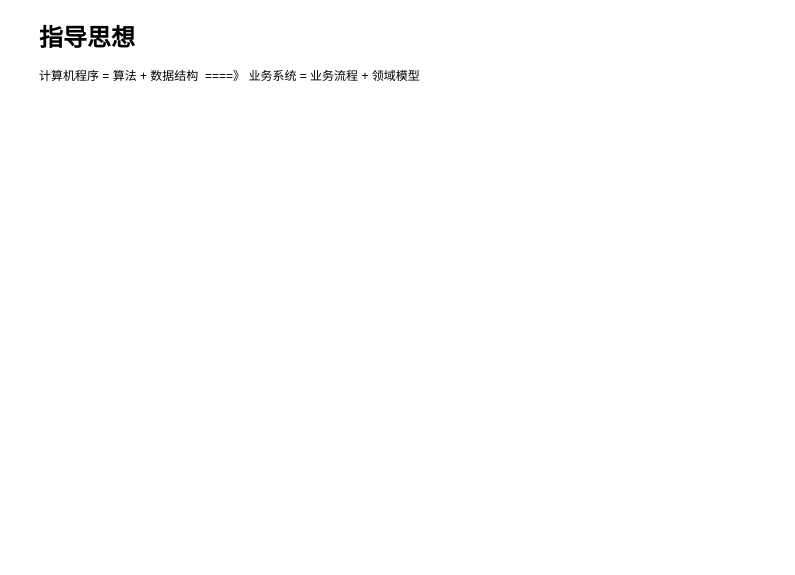
XiongZen/QJReconstitution keeps this draw.io diagram as 业务系统=业务流程+领域模型.drawio. Above is the earlier version. Source tidied: cells renumbered, new cells numbered last; positions are measured from the earlier drawing's top-left corner, leaving out a move shared by most shapes. Both pictures are drawn from the tidied source at 100%, with x=0, y=0 at pixel (37, 17).
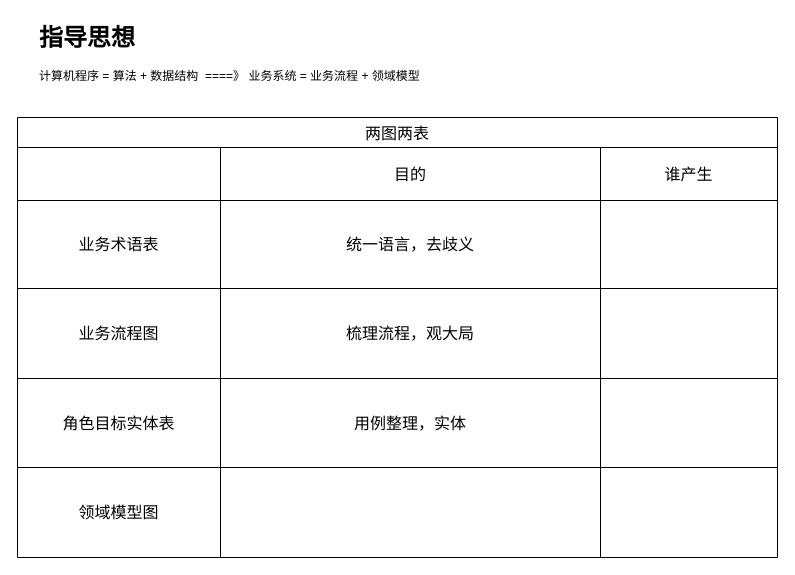
The same diagram, later.

Commit message (it also covers changes not shown here):
Update 业务系统=业务流程+领域模型.drawio

What changed in the source:
```diff
@@
+    <mxCell id="3" value="两图两表" style="shape=table;startSize=30;childLayout=tableLayout;strokeColor=default;fontSize=16;" parent="1" vertex="1">
+      <mxGeometry x="-20" y="100" width="760" height="440" as="geometry" />
+    </mxCell>
+    <mxCell id="4" style="shape=tableRow;horizontal=0;startSize=0;swimlaneHead=0;swimlaneBody=0;strokeColor=inherit;top=0;left=0;bottom=0;right=0;fillColor=none;fontSize=16;" parent="3" vertex="1">
+      <mxGeometry y="30" width="760" height="53" as="geometry" />
+    </mxCell>
+    <mxCell id="5" style="shape=partialRectangle;html=1;whiteSpace=wrap;strokeColor=inherit;overflow=hidden;fillColor=none;top=0;left=0;bottom=0;right=0;fontSize=16;" parent="4" vertex="1">
+      <mxGeometry width="203" height="53" as="geometry" />
+    </mxCell>
+    <mxCell id="6" value="目的" style="shape=partialRectangle;html=1;whiteSpace=wrap;strokeColor=inherit;overflow=hidden;fillColor=none;top=0;left=0;bottom=0;right=0;fontSize=16;" parent="4" vertex="1">
+      <mxGeometry x="203" width="380" height="53" as="geometry" />
+    </mxCell>
+    <mxCell id="7" value="谁产生" style="shape=partialRectangle;html=1;whiteSpace=wrap;strokeColor=inherit;overflow=hidden;fillColor=none;top=0;left=0;bottom=0;right=0;fontSize=16;" parent="4" vertex="1">
+      <mxGeometry x="583" width="177" height="53" as="geometry" />
+    </mxCell>
+    <mxCell id="8" style="shape=tableRow;horizontal=0;startSize=0;swimlaneHead=0;swimlaneBody=0;strokeColor=inherit;top=0;left=0;bottom=0;right=0;fillColor=none;fontSize=16;" parent="3" vertex="1">
+      <mxGeometry y="83" width="760" height="88" as="geometry" />
+    </mxCell>
+    <mxCell id="9" value="业务术语表" style="shape=partialRectangle;html=1;whiteSpace=wrap;strokeColor=inherit;overflow=hidden;fillColor=none;top=0;left=0;bottom=0;right=0;fontSize=16;" parent="8" vertex="1">
+      <mxGeometry width="203" height="88" as="geometry" />
+    </mxCell>
+    <mxCell id="10" value="统一语言，去歧义" style="shape=partialRectangle;html=1;whiteSpace=wrap;strokeColor=inherit;overflow=hidden;fillColor=none;top=0;left=0;bottom=0;right=0;fontSize=16;" parent="8" vertex="1">
+      <mxGeometry x="203" width="380" height="88" as="geometry" />
+    </mxCell>
+    <mxCell id="11" style="shape=partialRectangle;html=1;whiteSpace=wrap;strokeColor=inherit;overflow=hidden;fillColor=none;top=0;left=0;bottom=0;right=0;fontSize=16;" parent="8" vertex="1">
+      <mxGeometry x="583" width="177" height="88" as="geometry" />
+    </mxCell>
+    <mxCell id="12" style="shape=tableRow;horizontal=0;startSize=0;swimlaneHead=0;swimlaneBody=0;strokeColor=inherit;top=0;left=0;bottom=0;right=0;fillColor=none;fontSize=16;" parent="3" vertex="1">
+      <mxGeometry y="171" width="760" height="90" as="geometry" />
+    </mxCell>
+    <mxCell id="13" value="业务流程图" style="shape=partialRectangle;html=1;whiteSpace=wrap;strokeColor=inherit;overflow=hidden;fillColor=none;top=0;left=0;bottom=0;right=0;fontSize=16;" parent="12" vertex="1">
+      <mxGeometry width="203" height="90" as="geometry" />
+    </mxCell>
+    <mxCell id="14" value="梳理流程，观大局" style="shape=partialRectangle;html=1;whiteSpace=wrap;strokeColor=inherit;overflow=hidden;fillColor=none;top=0;left=0;bottom=0;right=0;fontSize=16;" parent="12" vertex="1">
+      <mxGeometry x="203" width="380" height="90" as="geometry" />
+    </mxCell>
+    <mxCell id="15" style="shape=partialRectangle;html=1;whiteSpace=wrap;strokeColor=inherit;overflow=hidden;fillColor=none;top=0;left=0;bottom=0;right=0;fontSize=16;" parent="12" vertex="1">
+      <mxGeometry x="583" width="177" height="90" as="geometry" />
+    </mxCell>
+    <mxCell id="16" style="shape=tableRow;horizontal=0;startSize=0;swimlaneHead=0;swimlaneBody=0;strokeColor=inherit;top=0;left=0;bottom=0;right=0;fillColor=none;fontSize=16;" parent="3" vertex="1">
+      <mxGeometry y="261" width="760" height="89" as="geometry" />
+    </mxCell>
+    <mxCell id="17" value="角色目标实体表" style="shape=partialRectangle;html=1;whiteSpace=wrap;strokeColor=inherit;overflow=hidden;fillColor=none;top=0;left=0;bottom=0;right=0;fontSize=16;" parent="16" vertex="1">
+      <mxGeometry width="203" height="89" as="geometry" />
+    </mxCell>
+    <mxCell id="18" value="用例整理，实体" style="shape=partialRectangle;html=1;whiteSpace=wrap;strokeColor=inherit;overflow=hidden;fillColor=none;top=0;left=0;bottom=0;right=0;fontSize=16;" parent="16" vertex="1">
+      <mxGeometry x="203" width="380" height="89" as="geometry" />
+    </mxCell>
+    <mxCell id="19" style="shape=partialRectangle;html=1;whiteSpace=wrap;strokeColor=inherit;overflow=hidden;fillColor=none;top=0;left=0;bottom=0;right=0;fontSize=16;" parent="16" vertex="1">
+      <mxGeometry x="583" width="177" height="89" as="geometry" />
+    </mxCell>
+    <mxCell id="20" style="shape=tableRow;horizontal=0;startSize=0;swimlaneHead=0;swimlaneBody=0;strokeColor=inherit;top=0;left=0;bottom=0;right=0;fillColor=none;fontSize=16;" parent="3" vertex="1">
+      <mxGeometry y="350" width="760" height="90" as="geometry" />
+    </mxCell>
+    <mxCell id="21" value="领域模型图" style="shape=partialRectangle;html=1;whiteSpace=wrap;strokeColor=inherit;overflow=hidden;fillColor=none;top=0;left=0;bottom=0;right=0;fontSize=16;" parent="20" vertex="1">
+      <mxGeometry width="203" height="90" as="geometry" />
+    </mxCell>
+    <mxCell id="22" style="shape=partialRectangle;html=1;whiteSpace=wrap;strokeColor=inherit;overflow=hidden;fillColor=none;top=0;left=0;bottom=0;right=0;fontSize=16;" parent="20" vertex="1">
+      <mxGeometry x="203" width="380" height="90" as="geometry" />
+    </mxCell>
+    <mxCell id="23" style="shape=partialRectangle;html=1;whiteSpace=wrap;strokeColor=inherit;overflow=hidden;fillColor=none;top=0;left=0;bottom=0;right=0;fontSize=16;" parent="20" vertex="1">
+      <mxGeometry x="583" width="177" height="90" as="geometry" />
+    </mxCell>
```
